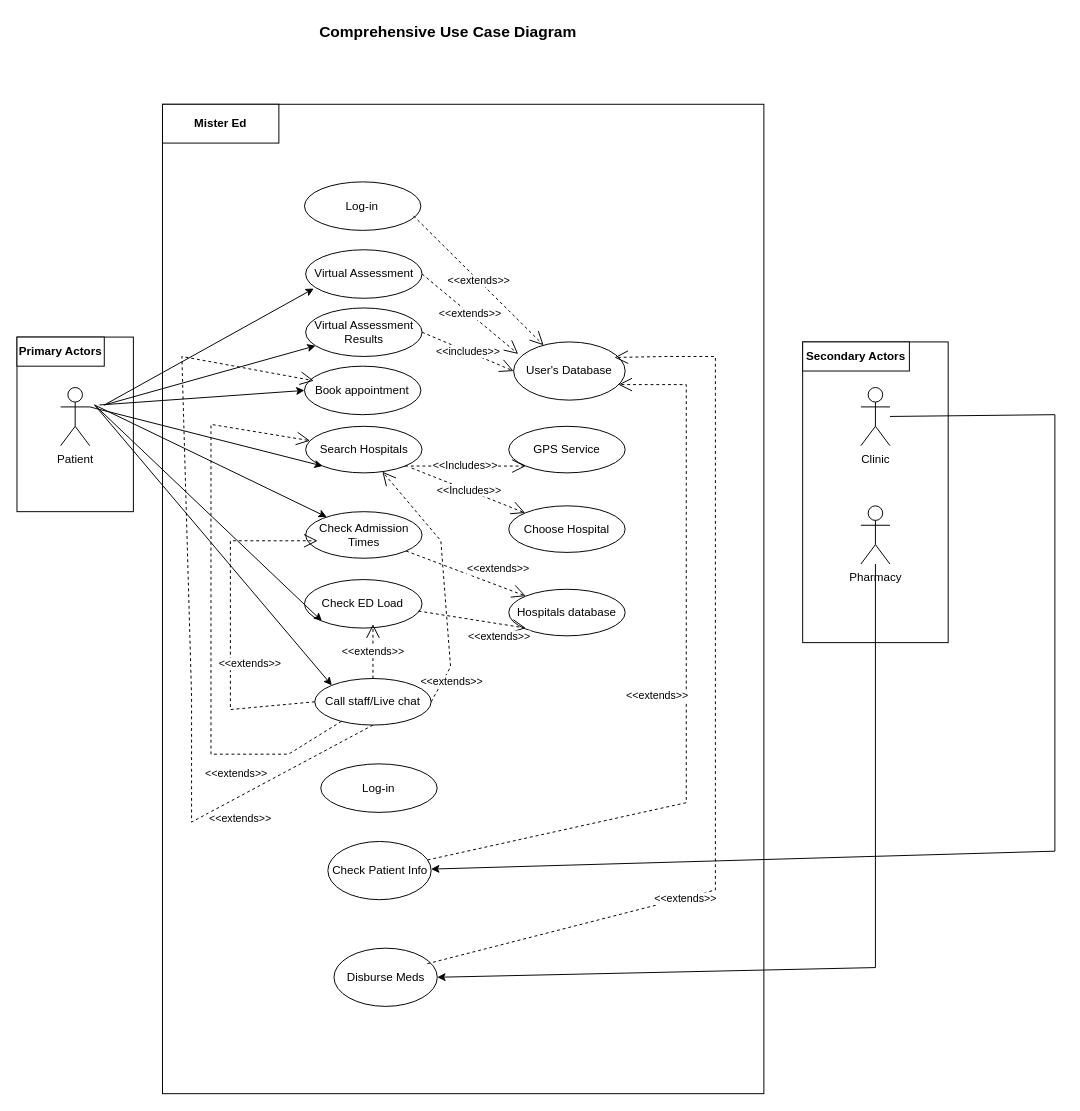
Earlier version of the draw.io diagram UC_03.drawio (SENG-350-2024-fall/Team-6). Source tidied: cells renumbered, new cells numbered last; positions are measured from the earlier drawing's top-left corner, leaving out a move shared by most shapes. Both pictures are drawn from the tidied source at 97%, with x=0, y=0 at pixel (16, 16).
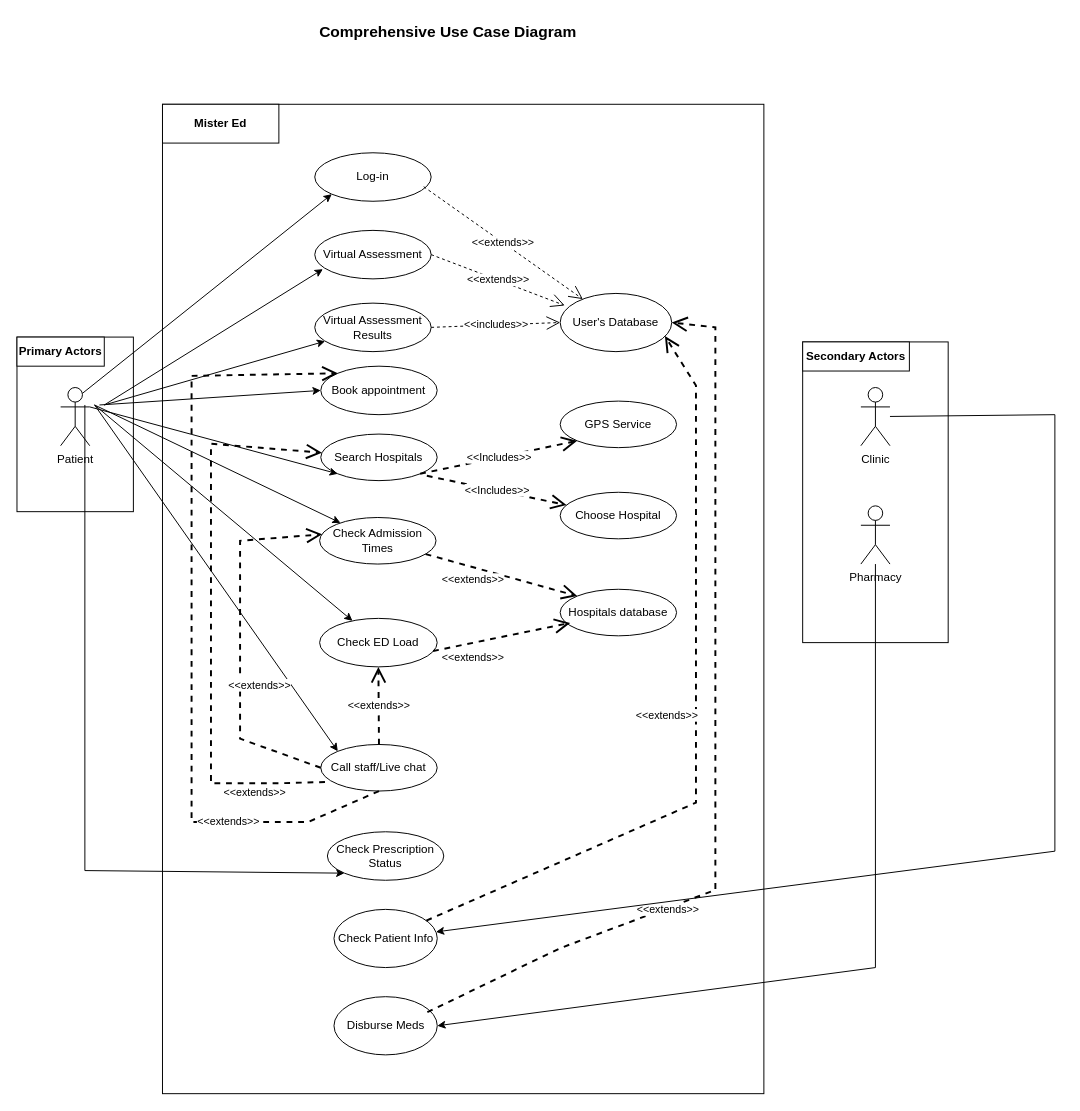
The same page after the edit.

The change refers to these unchanged cells:
```xml
<mxCell id="3" value="Patient" style="shape=umlActor;verticalLabelPosition=bottom;verticalAlign=top;html=1;outlineConnect=0;" parent="1" vertex="1">
  <mxGeometry x="45" y="382" width="30" height="60" as="geometry" />
</mxCell>
```

What changed in the source:
```diff
@@
     <mxCell id="7" value="Check ED Load" style="ellipse;whiteSpace=wrap;html=1;" parent="1" vertex="1">
-      <mxGeometry x="296.4" y="580" width="121.2" height="50" as="geometry" />
+      <mxGeometry x="312" y="620" width="121.2" height="50" as="geometry" />
     </mxCell>
     <mxCell id="8" value="Check Admission Times" style="ellipse;whiteSpace=wrap;html=1;" parent="1" vertex="1">
-      <mxGeometry x="297.6" y="510" width="120" height="48" as="geometry" />
+      <mxGeometry x="312" y="516" width="120" height="48" as="geometry" />
     </mxCell>
     <mxCell id="9" value="Hospitals database" style="ellipse;whiteSpace=wrap;html=1;" parent="1" vertex="1">
-      <mxGeometry x="507" y="590" width="120" height="48" as="geometry" />
+      <mxGeometry x="560" y="590" width="120" height="48" as="geometry" />
     </mxCell>
     <mxCell id="10" value="Search Hospitals" style="ellipse;whiteSpace=wrap;html=1;" parent="1" vertex="1">
-      <mxGeometry x="297.6" y="422" width="120" height="48" as="geometry" />
+      <mxGeometry x="313.2" y="430" width="120" height="48" as="geometry" />
     </mxCell>
@@
-    <mxCell id="12" style="endArrow=classic;html=1;rounded=0;entryX=0;entryY=1;entryDx=0;entryDy=0;" parent="1" edge="1" target="7">
+    <mxCell id="12" style="endArrow=classic;html=1;rounded=0;" parent="1" edge="1" target="7">
       <mxGeometry relative="1" as="geometry">
         <mxPoint x="80" y="400" as="sourcePoint" />
       </mxGeometry>
     </mxCell>
     <mxCell id="13" value="Call staff/Live chat" style="ellipse;whiteSpace=wrap;html=1;" parent="1" vertex="1">
-      <mxGeometry x="307" y="682" width="120" height="48" as="geometry" />
+      <mxGeometry x="313.2" y="750" width="120" height="48" as="geometry" />
     </mxCell>
@@
     <mxCell id="16" value="GPS Service" style="ellipse;whiteSpace=wrap;html=1;" parent="1" vertex="1">
-      <mxGeometry x="507" y="422" width="120" height="48" as="geometry" />
+      <mxGeometry x="560" y="396" width="120" height="48" as="geometry" />
     </mxCell>
-    <mxCell id="17" value="&amp;lt;&amp;lt;Includes&amp;gt;&amp;gt;" style="endArrow=open;endSize=12;dashed=1;html=1;rounded=0;exitX=1;exitY=1;exitDx=0;exitDy=0;entryX=0;entryY=1;entryDx=0;entryDy=0;" parent="1" edge="1" source="10" target="16">
+    <mxCell id="17" value="&amp;lt;&amp;lt;Includes&amp;gt;&amp;gt;" style="endArrow=open;endSize=12;dashed=1;html=1;rounded=0;exitX=1;exitY=1;exitDx=0;exitDy=0;entryX=0;entryY=1;entryDx=0;entryDy=0;strokeWidth=2;" parent="1" edge="1" source="10" target="16">
       <mxGeometry relative="1" as="geometry" />
     </mxCell>
     <mxCell id="18" value="Choose Hospital" style="ellipse;whiteSpace=wrap;html=1;" parent="1" vertex="1">
-      <mxGeometry x="507" y="504" width="120" height="48" as="geometry" />
+      <mxGeometry x="560" y="490" width="120" height="48" as="geometry" />
     </mxCell>
-    <mxCell id="19" value="&amp;lt;&amp;lt;Includes&amp;gt;&amp;gt;" style="endArrow=open;endSize=12;dashed=1;html=1;rounded=0;exitX=0.911;exitY=0.896;exitDx=0;exitDy=0;exitPerimeter=0;" parent="1" edge="1" source="10" target="18">
+    <mxCell id="19" value="&amp;lt;&amp;lt;Includes&amp;gt;&amp;gt;" style="endArrow=open;endSize=12;dashed=1;html=1;rounded=0;exitX=0.911;exitY=0.896;exitDx=0;exitDy=0;exitPerimeter=0;strokeWidth=2;" parent="1" edge="1" source="10" target="18">
       <mxGeometry relative="1" as="geometry" />
     </mxCell>
-    <mxCell id="20" value="&amp;lt;&amp;lt;extends&amp;gt;&amp;gt;" style="endArrow=open;endSize=12;dashed=1;html=1;rounded=0;entryX=0;entryY=0;entryDx=0;entryDy=0;" parent="1" edge="1" source="8" target="9">
-      <mxGeometry x="0.46" y="16" relative="1" as="geometry">
-        <mxPoint x="-1" as="offset" />
-      </mxGeometry>
+    <mxCell id="20" value="&amp;lt;&amp;lt;extends&amp;gt;&amp;gt;" style="endArrow=open;endSize=12;dashed=1;html=1;rounded=0;entryX=0;entryY=0;entryDx=0;entryDy=0;strokeWidth=2;" parent="1" edge="1" source="8" target="9">
+      <mxGeometry x="-0.33" y="-12" relative="1" as="geometry" />
     </mxCell>
-    <mxCell id="21" value="&amp;lt;&amp;lt;extends&amp;gt;&amp;gt;" style="endArrow=open;endSize=12;dashed=1;html=1;rounded=0;entryX=0;entryY=1;entryDx=0;entryDy=0;" parent="1" edge="1">
-      <mxGeometry x="0.54" y="-13" relative="1" as="geometry">
-        <mxPoint x="414" y="612.5" as="sourcePoint" />
-        <mxPoint x="524.6" y="630" as="targetPoint" />
-      </mxGeometry>
+    <mxCell id="21" value="&amp;lt;&amp;lt;extends&amp;gt;&amp;gt;" style="endArrow=open;endSize=12;dashed=1;html=1;rounded=0;entryX=0.086;entryY=0.722;entryDx=0;entryDy=0;exitX=0.965;exitY=0.673;exitDx=0;exitDy=0;exitPerimeter=0;entryPerimeter=0;strokeWidth=2;" parent="1" edge="1" source="7" target="9">
+      <mxGeometry x="-0.46" y="-14" relative="1" as="geometry" />
     </mxCell>
-    <mxCell id="22" value="&amp;lt;&amp;lt;extends&amp;gt;&amp;gt;" style="endArrow=open;endSize=12;dashed=1;html=1;rounded=0;" parent="1" edge="1" source="13">
-      <mxGeometry relative="1" as="geometry">
-        <mxPoint x="367" y="626" as="targetPoint" />
-      </mxGeometry>
+    <mxCell id="22" value="&amp;lt;&amp;lt;extends&amp;gt;&amp;gt;" style="endArrow=open;endSize=12;dashed=1;html=1;rounded=0;entryX=0.5;entryY=1;entryDx=0;entryDy=0;strokeWidth=2;" parent="1" edge="1" source="13" target="7">
+      <mxGeometry relative="1" as="geometry" />
     </mxCell>
-    <mxCell id="23" value="&amp;lt;&amp;lt;extends&amp;gt;&amp;gt;" style="endArrow=open;endSize=12;dashed=1;html=1;rounded=0;entryX=0.103;entryY=0.625;entryDx=0;entryDy=0;exitX=0;exitY=0.5;exitDx=0;exitDy=0;entryPerimeter=0;" parent="1" edge="1" source="13" target="8">
+    <mxCell id="23" value="&amp;lt;&amp;lt;extends&amp;gt;&amp;gt;" style="endArrow=open;endSize=12;dashed=1;html=1;rounded=0;exitX=0;exitY=0.5;exitDx=0;exitDy=0;strokeWidth=2;entryX=0.022;entryY=0.361;entryDx=0;entryDy=0;entryPerimeter=0;" parent="1" edge="1" source="13" target="8">
       <mxGeometry x="-0.24" y="-20" relative="1" as="geometry">
         <Array as="points">
-          <mxPoint x="220" y="714" />
-          <mxPoint x="220" y="540" />
+          <mxPoint x="230" y="744" />
+          <mxPoint x="230" y="540" />
         </Array>
       </mxGeometry>
     </mxCell>
-    <mxCell id="24" value="&amp;lt;&amp;lt;extends&amp;gt;&amp;gt;" style="endArrow=open;endSize=12;dashed=1;html=1;rounded=0;exitX=1;exitY=0.5;exitDx=0;exitDy=0;" parent="1" edge="1" source="13" target="10">
-      <mxGeometry x="-0.78" y="-8" relative="1" as="geometry">
-        <Array as="points">
-          <mxPoint x="447" y="670" />
-          <mxPoint x="437" y="540" />
-        </Array>
-      </mxGeometry>
-    </mxCell>
@@
     <mxCell id="26" value="Log-in" style="ellipse;whiteSpace=wrap;html=1;" parent="1" vertex="1">
-      <mxGeometry x="296.4" y="170" width="120" height="50" as="geometry" />
+      <mxGeometry x="307" y="140" width="120" height="50" as="geometry" />
     </mxCell>
     <mxCell id="27" value="User's Database" style="ellipse;whiteSpace=wrap;html=1;" parent="1" vertex="1">
-      <mxGeometry x="512" y="335" width="115" height="60" as="geometry" />
+      <mxGeometry x="560" y="285" width="115" height="60" as="geometry" />
     </mxCell>
@@
     <mxCell id="29" value="Book appointment" style="ellipse;whiteSpace=wrap;html=1;" parent="1" vertex="1">
-      <mxGeometry x="296.4" y="360" width="120" height="50" as="geometry" />
+      <mxGeometry x="313.2" y="360" width="120" height="50" as="geometry" />
     </mxCell>
@@
     <mxCell id="35" value="Check Patient Info" style="ellipse;whiteSpace=wrap;html=1;" parent="1" vertex="1">
-      <mxGeometry x="320.5" y="850" width="106.5" height="60" as="geometry" />
+      <mxGeometry x="326.8" y="920" width="106.5" height="60" as="geometry" />
     </mxCell>
     <mxCell id="36" value="Disburse Meds" style="ellipse;whiteSpace=wrap;html=1;" parent="1" vertex="1">
-      <mxGeometry x="326.8" y="960" width="106.5" height="60" as="geometry" />
+      <mxGeometry x="326.8" y="1010" width="106.5" height="60" as="geometry" />
     </mxCell>
-    <mxCell id="37" value="&amp;lt;&amp;lt;extends&amp;gt;&amp;gt;" style="endArrow=open;endSize=12;dashed=1;html=1;rounded=0;entryX=0.939;entryY=0.733;entryDx=0;entryDy=0;entryPerimeter=0;" parent="1" edge="1" source="35" target="27">
+    <mxCell id="37" value="&amp;lt;&amp;lt;extends&amp;gt;&amp;gt;" style="endArrow=open;endSize=12;dashed=1;html=1;rounded=0;entryX=0.939;entryY=0.733;entryDx=0;entryDy=0;entryPerimeter=0;strokeWidth=2;" parent="1" edge="1" source="35" target="27">
       <mxGeometry x="-0.01" y="30" relative="1" as="geometry">
         <Array as="points">
-          <mxPoint x="690" y="810" />
-          <mxPoint x="690" y="379" />
+          <mxPoint x="700" y="810" />
+          <mxPoint x="700" y="380" />
         </Array>
       </mxGeometry>
     </mxCell>
-    <mxCell id="38" value="&amp;lt;&amp;lt;extends&amp;gt;&amp;gt;" style="endArrow=open;endSize=12;dashed=1;html=1;rounded=0;exitX=0.904;exitY=0.267;exitDx=0;exitDy=0;entryX=0.904;entryY=0.267;entryDx=0;entryDy=0;entryPerimeter=0;exitPerimeter=0;" parent="1" edge="1" source="36" target="27">
+    <mxCell id="38" value="&amp;lt;&amp;lt;extends&amp;gt;&amp;gt;" style="endArrow=open;endSize=12;dashed=1;html=1;rounded=0;exitX=0.904;exitY=0.267;exitDx=0;exitDy=0;entryX=1;entryY=0.5;entryDx=0;entryDy=0;exitPerimeter=0;strokeWidth=2;" parent="1" edge="1" source="36" target="27">
       <mxGeometry x="-0.43" y="-1" relative="1" as="geometry">
         <Array as="points">
+          <mxPoint x="560" y="960" />
           <mxPoint x="720" y="900" />
           <mxPoint x="720" y="389" />
           <mxPoint x="720" y="350" />
-          <mxPoint x="670" y="350" />
+          <mxPoint x="720" y="320" />
         </Array>
       </mxGeometry>
     </mxCell>
@@
-    <mxCell id="41" value="&amp;lt;&amp;lt;extends&amp;gt;&amp;gt;" style="endArrow=open;endSize=12;dashed=1;html=1;rounded=0;" parent="1" edge="1" source="13" target="10">
-      <mxGeometry x="-0.6" y="20" relative="1" as="geometry">
+    <mxCell id="41" value="&amp;lt;&amp;lt;extends&amp;gt;&amp;gt;" style="endArrow=open;endSize=12;dashed=1;html=1;rounded=0;exitX=0.036;exitY=0.806;exitDx=0;exitDy=0;exitPerimeter=0;strokeWidth=2;" parent="1" edge="1" source="13" target="10">
+      <mxGeometry x="-0.75" y="10" relative="1" as="geometry">
         <Array as="points">
-          <mxPoint x="280" y="760" />
-          <mxPoint x="200" y="760" />
-          <mxPoint x="200" y="420" />
+          <mxPoint x="270" y="790" />
+          <mxPoint x="200" y="790" />
+          <mxPoint x="200" y="440" />
         </Array>
       </mxGeometry>
     </mxCell>
-    <mxCell id="42" value="&amp;lt;&amp;lt;extends&amp;gt;&amp;gt;" style="endArrow=open;endSize=12;dashed=1;html=1;rounded=0;exitX=0.5;exitY=1;exitDx=0;exitDy=0;" parent="1" edge="1" source="13">
-      <mxGeometry x="-0.6" y="20" relative="1" as="geometry">
-        <mxPoint x="306" y="375" as="targetPoint" />
+    <mxCell id="42" value="&amp;lt;&amp;lt;extends&amp;gt;&amp;gt;" style="endArrow=open;endSize=12;dashed=1;html=1;rounded=0;exitX=0.5;exitY=1;exitDx=0;exitDy=0;entryX=0;entryY=0;entryDx=0;entryDy=0;strokeWidth=2;" parent="1" edge="1" source="13" target="29">
+      <mxGeometry x="-0.6" relative="1" as="geometry">
         <Array as="points">
+          <mxPoint x="300" y="830" />
           <mxPoint x="180" y="830" />
           <mxPoint x="180" y="700" />
-          <mxPoint x="170" y="350" />
+          <mxPoint x="180" y="370" />
         </Array>
       </mxGeometry>
     </mxCell>
     <mxCell id="43" value="Virtual Assessment " style="ellipse;whiteSpace=wrap;html=1;" parent="1" vertex="1">
-      <mxGeometry x="297.6" y="240" width="120" height="50" as="geometry" />
+      <mxGeometry x="307" y="220" width="120" height="50" as="geometry" />
     </mxCell>
@@
     <mxCell id="46" value="Virtual Assessment Results" style="ellipse;whiteSpace=wrap;html=1;" parent="1" vertex="1">
-      <mxGeometry x="297.6" y="300" width="120" height="50" as="geometry" />
+      <mxGeometry x="307" y="295" width="120" height="50" as="geometry" />
     </mxCell>
@@
-    <mxCell id="49" value="Log-in" style="ellipse;whiteSpace=wrap;html=1;" parent="1" vertex="1">
-      <mxGeometry x="313.2" y="770" width="120" height="50" as="geometry" />
+    <mxCell id="49" value="Check Prescription Status" style="ellipse;whiteSpace=wrap;html=1;" parent="1" vertex="1">
+      <mxGeometry x="320" y="840" width="120" height="50" as="geometry" />
     </mxCell>
+    <mxCell id="50" style="endArrow=classic;html=1;rounded=0;entryX=0;entryY=1;entryDx=0;entryDy=0;exitX=0.833;exitY=0.3;exitDx=0;exitDy=0;exitPerimeter=0;" parent="1" edge="1" source="3" target="49">
+      <mxGeometry relative="1" as="geometry">
+        <Array as="points">
+          <mxPoint x="70" y="880" />
+        </Array>
+      </mxGeometry>
+    </mxCell>
+    <mxCell id="51" style="endArrow=classic;html=1;rounded=0;entryX=0;entryY=1;entryDx=0;entryDy=0;exitX=0.75;exitY=0.1;exitDx=0;exitDy=0;exitPerimeter=0;" parent="1" edge="1" source="3" target="26">
+      <mxGeometry relative="1" as="geometry" />
+    </mxCell>
```
